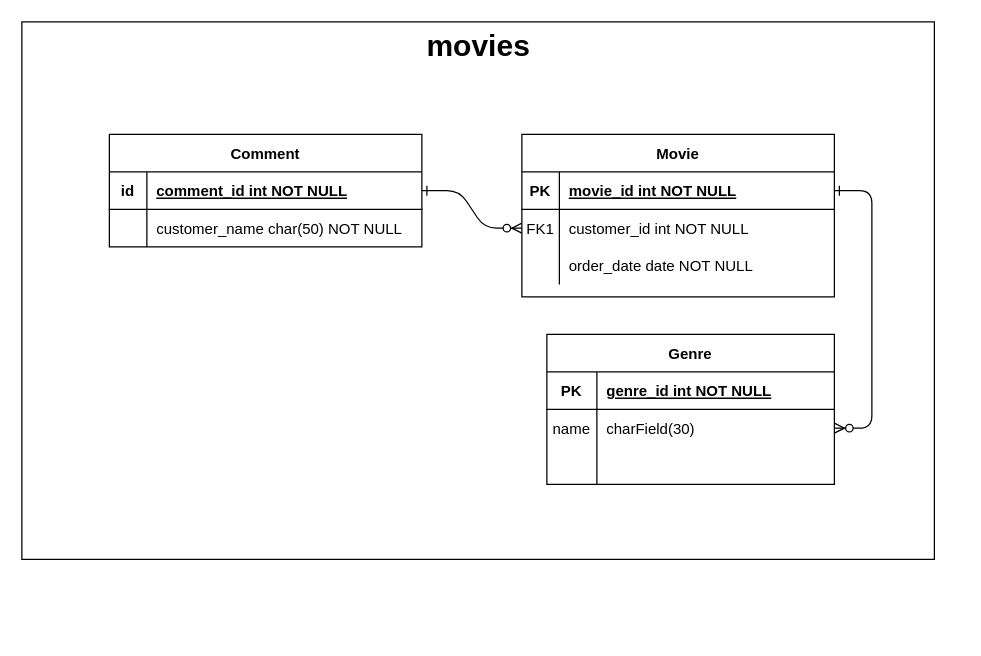
This is readme-asset/EDR.drawio from seahare-slug/SSAMFY, a draw.io file, before an edit. Source tidied: cells renumbered, new cells numbered last; positions are measured from the earlier drawing's top-left corner, leaving out a move shared by most shapes. Both pictures are drawn from the tidied source at 125%, with x=0, y=0 at pixel (21, 21).
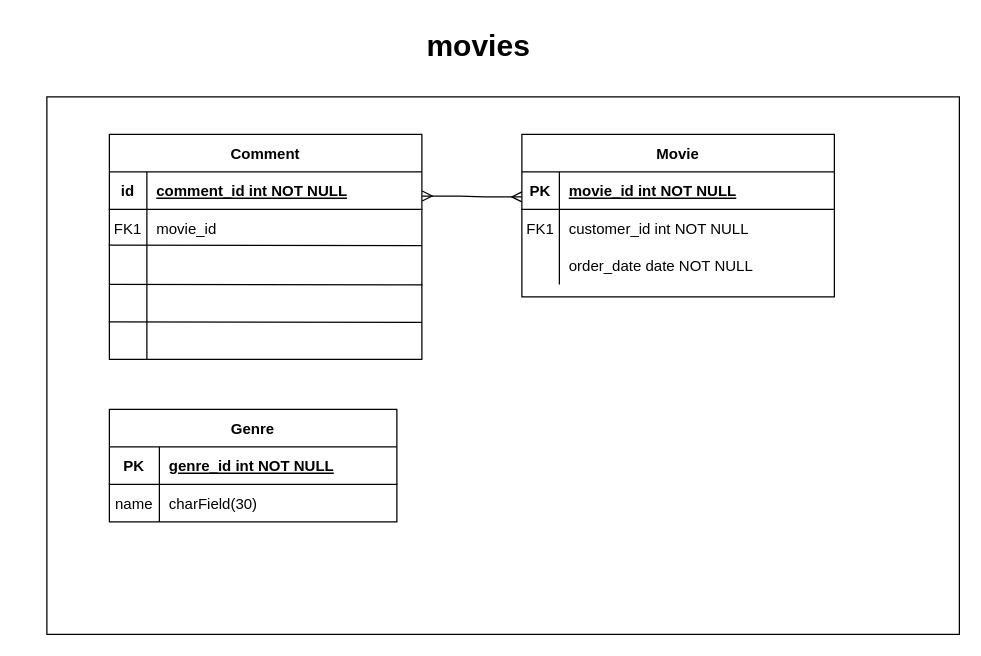
The same page after the edit.

The change refers to these unchanged cells:
```xml
<mxCell id="6" style="shape=partialRectangle;fillColor=none;points=[[0,0.5],[1,0.5]];portConstraint=eastwest;top=0;left=0;right=0;bottom=1;" parent="5" vertex="1">
  <mxGeometry y="30" width="250" height="30" as="geometry" />
</mxCell>
<mxCell id="9" style="shape=partialRectangle;fillColor=none;points=[[0,0.5],[1,0.5]];portConstraint=eastwest;top=0;left=0;right=0;bottom=0;" parent="5" vertex="1">
  <mxGeometry y="60" width="250" height="30" as="geometry" />
</mxCell>
<mxCell id="19" style="shape=partialRectangle;fillColor=none;points=[[0,0.5],[1,0.5]];portConstraint=eastwest;top=0;left=0;right=0;bottom=0;" parent="15" vertex="1">
  <mxGeometry y="60" width="230" height="30" as="geometry" />
</mxCell>
<mxCell id="26" style="shape=partialRectangle;fillColor=none;points=[[0,0.5],[1,0.5]];portConstraint=eastwest;top=0;left=0;right=0;bottom=1;" parent="25" vertex="1">
  <mxGeometry y="30" width="250" height="30" as="geometry" />
</mxCell>
<mxCell id="29" style="shape=partialRectangle;fillColor=none;top=0;left=0;right=0;bottom=0;" parent="25" vertex="1">
  <mxGeometry y="60" width="250" height="30" as="geometry" />
</mxCell>
```

The edit, as a diff of the source:
```diff
@@
     <mxCell id="2" style="rounded=0;whiteSpace=wrap;html=1;" parent="1" vertex="1">
-      <mxGeometry width="730" height="430" as="geometry" />
+      <mxGeometry x="20" y="60" width="730" height="430" as="geometry" />
     </mxCell>
-    <mxCell id="3" style="edgeStyle=entityRelationEdgeStyle;endArrow=ERzeroToMany;startArrow=ERone;endFill=1;startFill=0;" parent="1" edge="1" source="26" target="9">
-      <mxGeometry relative="1" as="geometry" />
-    </mxCell>
-    <mxCell id="4" style="edgeStyle=entityRelationEdgeStyle;endArrow=ERzeroToMany;startArrow=ERone;endFill=1;startFill=0;" parent="1" edge="1" source="6" target="19">
-      <mxGeometry relative="1" as="geometry" />
-    </mxCell>
@@
     <mxCell id="15" value="Genre" style="shape=table;startSize=30;childLayout=tableLayout;rowLines=0;fontStyle=1;align=center;" parent="1" vertex="1">
-      <mxGeometry x="420" y="250" width="230" height="120" as="geometry" />
+      <mxGeometry x="70" y="310" width="230" height="90" as="geometry" />
     </mxCell>
@@
-    <mxCell id="22" style="shape=partialRectangle;fillColor=none;top=0;left=0;right=0;bottom=0;" parent="15" vertex="1">
-      <mxGeometry y="90" width="230" height="30" as="geometry" />
-    </mxCell>
-    <mxCell id="23" style="shape=partialRectangle;overflow=hidden;fillColor=none;top=0;left=0;bottom=0;right=0;" parent="22" vertex="1">
-      <mxGeometry width="40" height="30" as="geometry" />
-    </mxCell>
-    <mxCell id="24" style="shape=partialRectangle;overflow=hidden;fillColor=none;top=0;left=0;bottom=0;right=0;align=left;spacingLeft=6;" parent="22" vertex="1">
-      <mxGeometry x="40" width="190" height="30" as="geometry" />
-    </mxCell>
     <mxCell id="25" value="Comment" style="shape=table;startSize=30;childLayout=tableLayout;rowLines=0;fontStyle=1;align=center;" parent="1" vertex="1">
-      <mxGeometry x="70" y="90" width="250" height="90" as="geometry" />
+      <mxGeometry x="70" y="90" width="250" height="180" as="geometry" />
     </mxCell>
@@
-    <mxCell id="30" style="shape=partialRectangle;overflow=hidden;fillColor=none;top=0;left=0;bottom=0;right=0;" parent="29" vertex="1">
+    <mxCell id="30" value="FK1" style="shape=partialRectangle;overflow=hidden;fillColor=none;top=0;left=0;bottom=0;right=0;" parent="29" vertex="1">
       <mxGeometry width="30" height="30" as="geometry" />
     </mxCell>
-    <mxCell id="31" value="customer_name char(50) NOT NULL" style="shape=partialRectangle;overflow=hidden;fillColor=none;top=0;left=0;bottom=0;right=0;align=left;spacingLeft=6;" parent="29" vertex="1">
+    <mxCell id="31" value="movie_id  " style="shape=partialRectangle;overflow=hidden;fillColor=none;top=0;left=0;bottom=0;right=0;align=left;spacingLeft=6;" parent="29" vertex="1">
       <mxGeometry x="30" width="220" height="30" as="geometry" />
     </mxCell>
@@
+    <mxCell id="33" style="edgeStyle=entityRelationEdgeStyle;fontSize=12;html=1;endArrow=ERmany;startArrow=ERmany;rounded=0;exitX=1.001;exitY=0.644;exitDx=0;exitDy=0;exitPerimeter=0;" parent="1" edge="1" source="26">
+      <mxGeometry relative="1" as="geometry">
+        <mxPoint x="400" y="140" as="targetPoint" />
+      </mxGeometry>
+    </mxCell>
+    <mxCell id="34" style="endArrow=none;html=1;rounded=0;" parent="1" edge="1">
+      <mxGeometry relative="1" as="geometry">
+        <mxPoint x="100" y="270" as="sourcePoint" />
+        <mxPoint x="100" y="180" as="targetPoint" />
+      </mxGeometry>
+    </mxCell>
+    <mxCell id="35" style="endArrow=none;html=1;rounded=0;exitX=-0.002;exitY=-0.047;exitDx=0;exitDy=0;exitPerimeter=0;" parent="1" edge="1">
+      <mxGeometry relative="1" as="geometry">
+        <mxPoint x="69.5" y="178.6" as="sourcePoint" />
+        <mxPoint x="320" y="179" as="targetPoint" />
+      </mxGeometry>
+    </mxCell>
+    <mxCell id="36" style="endArrow=none;html=1;rounded=0;exitX=-0.002;exitY=-0.047;exitDx=0;exitDy=0;exitPerimeter=0;" parent="1" edge="1">
+      <mxGeometry relative="1" as="geometry">
+        <mxPoint x="70" y="210" as="sourcePoint" />
+        <mxPoint x="320.5" y="210.4" as="targetPoint" />
+      </mxGeometry>
+    </mxCell>
+    <mxCell id="37" style="endArrow=none;html=1;rounded=0;exitX=-0.002;exitY=-0.047;exitDx=0;exitDy=0;exitPerimeter=0;" parent="1" edge="1">
+      <mxGeometry relative="1" as="geometry">
+        <mxPoint x="69.5" y="240" as="sourcePoint" />
+        <mxPoint x="320" y="240.4" as="targetPoint" />
+      </mxGeometry>
+    </mxCell>
```
